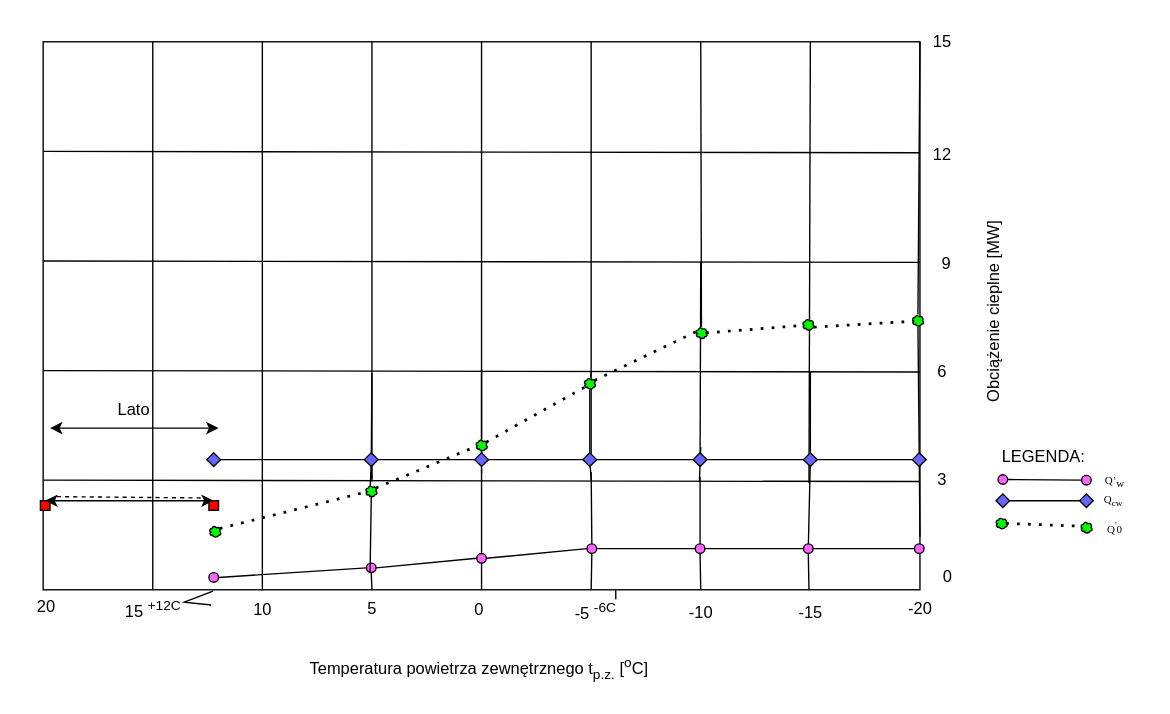
Before: Cieplownictwo.drawio in Xeraoo/Diagrams_for_studying, a draw.io diagram. Source tidied: cells renumbered, new cells numbered last; positions are measured from the earlier drawing's top-left corner, leaving out a move shared by most shapes. Both pictures are drawn from the tidied source at 137%, with x=0, y=0 at pixel (23, 23).
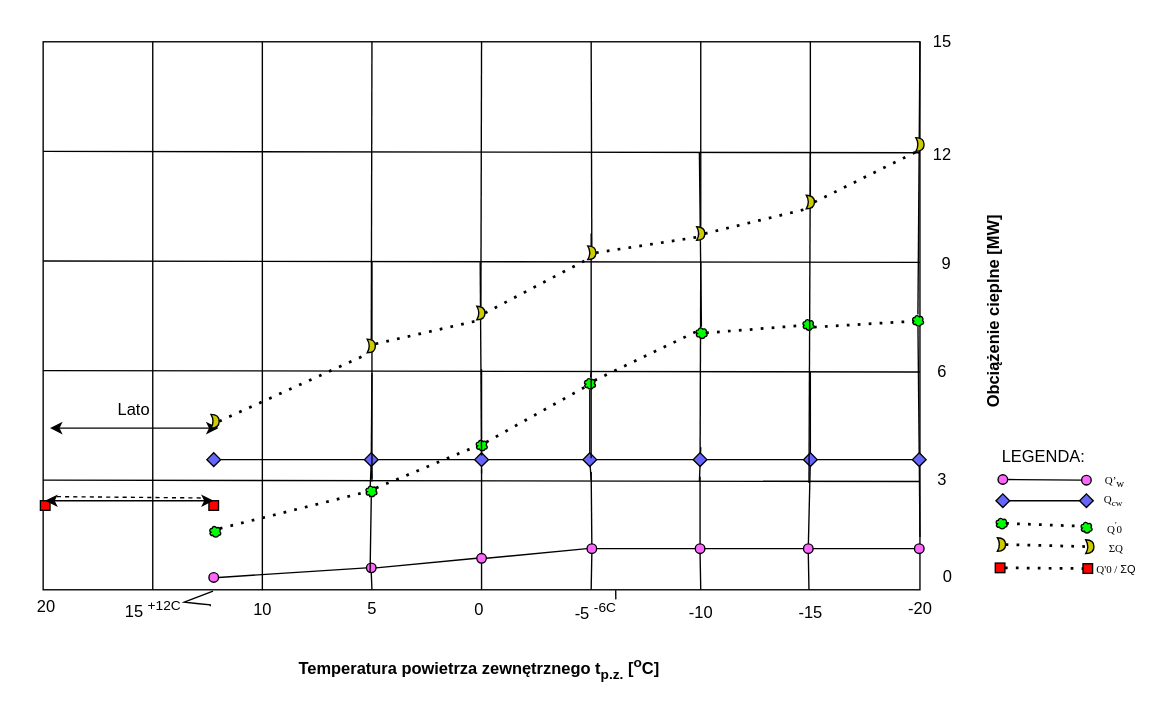
Above is the later version.

Unchanged cells that the change refers to:
```xml
<mxCell id="2" style="rounded=0;whiteSpace=wrap;html=1;" parent="1" vertex="1">
  <mxGeometry x="14" y="13" width="640" height="400" as="geometry" />
</mxCell>
<mxCell id="102" style="ellipse;shape=cloud;whiteSpace=wrap;html=1;fillColor=#00FF00;" parent="1" vertex="1">
  <mxGeometry x="490" y="221" width="9" height="9" as="geometry" />
</mxCell>
```

What changed in the source:
```diff
@@
-    <mxCell id="5" style="endArrow=none;html=1;rounded=0;entryX=0.101;entryY=-0.008;entryDx=0;entryDy=0;entryPerimeter=0;" parent="1" edge="1">
+    <mxCell id="5" style="endArrow=none;html=1;rounded=0;entryX=0.101;entryY=-0.008;entryDx=0;entryDy=0;entryPerimeter=0;" parent="1" edge="1" source="134">
       <mxGeometry relative="1" as="geometry">
-        <mxPoint x="254" y="334" as="sourcePoint" />
         <mxPoint x="254" y="13" as="targetPoint" />
       </mxGeometry>
     </mxCell>
-    <mxCell id="6" style="endArrow=none;html=1;rounded=0;entryX=0.101;entryY=-0.008;entryDx=0;entryDy=0;entryPerimeter=0;" parent="1" edge="1">
+    <mxCell id="6" style="endArrow=none;html=1;rounded=0;entryX=0.101;entryY=-0.008;entryDx=0;entryDy=0;entryPerimeter=0;" parent="1" edge="1" source="132">
       <mxGeometry relative="1" as="geometry">
-        <mxPoint x="334" y="315" as="sourcePoint" />
         <mxPoint x="334" y="13" as="targetPoint" />
       </mxGeometry>
     </mxCell>
-    <mxCell id="7" style="endArrow=none;html=1;rounded=0;entryX=0.101;entryY=-0.008;entryDx=0;entryDy=0;entryPerimeter=0;" parent="1" edge="1">
+    <mxCell id="7" style="endArrow=none;html=1;rounded=0;entryX=0.101;entryY=-0.008;entryDx=0;entryDy=0;entryPerimeter=0;" parent="1" edge="1" source="130">
       <mxGeometry relative="1" as="geometry">
-        <mxPoint x="414" y="317" as="sourcePoint" />
         <mxPoint x="414" y="13" as="targetPoint" />
       </mxGeometry>
     </mxCell>
-    <mxCell id="8" style="endArrow=none;html=1;rounded=0;entryX=0.101;entryY=-0.008;entryDx=0;entryDy=0;entryPerimeter=0;" parent="1" edge="1" source="102">
+    <mxCell id="8" style="endArrow=none;html=1;rounded=0;entryX=0.101;entryY=-0.008;entryDx=0;entryDy=0;entryPerimeter=0;" parent="1" edge="1" source="128">
       <mxGeometry relative="1" as="geometry">
         <mxPoint x="494" y="13" as="targetPoint" />
       </mxGeometry>
     </mxCell>
-    <mxCell id="9" style="endArrow=none;html=1;rounded=0;entryX=0.875;entryY=0;entryDx=0;entryDy=0;entryPerimeter=0;" parent="1" edge="1" target="2">
-      <mxGeometry relative="1" as="geometry">
-        <mxPoint x="573" y="335" as="sourcePoint" />
-      </mxGeometry>
+    <mxCell id="9" style="endArrow=none;html=1;rounded=0;entryX=0.875;entryY=0;entryDx=0;entryDy=0;entryPerimeter=0;" parent="1" edge="1" source="126" target="2">
+      <mxGeometry relative="1" as="geometry" />
     </mxCell>
@@
-    <mxCell id="30" value="Temperatura powietrza zewnętrznego t&lt;sub&gt;p.z.&lt;/sub&gt;&amp;nbsp;[&lt;sup&gt;o&lt;/sup&gt;C]" style="text;html=1;align=center;verticalAlign=middle;strokeColor=none;fillColor=none;" parent="1" vertex="1">
-      <mxGeometry x="199" y="455" width="265" height="32" as="geometry" />
+    <mxCell id="30" value="&lt;b&gt;Temperatura powietrza zewnętrznego t&lt;sub&gt;p.z.&lt;/sub&gt;&amp;nbsp;[&lt;sup&gt;o&lt;/sup&gt;C]&lt;/b&gt;" style="text;html=1;align=center;verticalAlign=middle;strokeColor=none;fillColor=none;" parent="1" vertex="1">
+      <mxGeometry x="191" y="455" width="281" height="32" as="geometry" />
     </mxCell>
-    <mxCell id="31" value="Obciążenie cieplne [MW]" style="text;html=1;align=center;verticalAlign=middle;strokeColor=none;fillColor=none;rotation=270;" parent="1" vertex="1">
-      <mxGeometry x="633" y="198" width="151" height="26" as="geometry" />
+    <mxCell id="31" value="&lt;b&gt;Obciążenie cieplne [MW]&lt;/b&gt;" style="text;html=1;align=center;verticalAlign=middle;strokeColor=none;fillColor=none;rotation=270;" parent="1" vertex="1">
+      <mxGeometry x="629" y="198" width="159" height="26" as="geometry" />
     </mxCell>
@@
+    <mxCell id="116" style="whiteSpace=wrap;html=1;fillColor=#FF0000;" parent="1" vertex="1">
+      <mxGeometry x="709" y="393.5" width="7" height="7" as="geometry" />
+    </mxCell>
+    <mxCell id="117" style="shape=xor;whiteSpace=wrap;html=1;fillColor=#CCCC00;" parent="1" vertex="1">
+      <mxGeometry x="710.5" y="375" width="6" height="10" as="geometry" />
+    </mxCell>
+    <mxCell id="118" style="shape=xor;whiteSpace=wrap;html=1;fillColor=#CCCC00;" parent="1" vertex="1">
+      <mxGeometry x="775" y="376.5" width="6" height="10" as="geometry" />
+    </mxCell>
+    <mxCell id="119" style="endArrow=none;dashed=1;html=1;dashPattern=1 3;strokeWidth=2;rounded=0;entryX=0.25;entryY=0.5;entryDx=0;entryDy=0;entryPerimeter=0;exitX=1;exitY=0.5;exitDx=0;exitDy=0;exitPerimeter=0;" parent="1" edge="1" source="117" target="118">
+      <mxGeometry relative="1" as="geometry" />
+    </mxCell>
+    <mxCell id="120" value="&lt;span style=&quot;font-family: &amp;quot;Times New Roman&amp;quot;; color: rgb(0, 0, 0); background-color: transparent; font-variant-numeric: normal; font-variant-east-asian: normal; font-variant-alternates: normal; vertical-align: baseline; --darkreader-inline-color:#e8e6e3; --darkreader-inline-bgcolor:transparent;&quot;&gt;&lt;font style=&quot;font-size: 8px;&quot;&gt;ΣQ&lt;/font&gt;&lt;/span&gt;&lt;span id=&quot;docs-internal-guid-f2329d3e-7fff-175b-4395-f5f881cf7cd5&quot;&gt;&lt;/span&gt;" style="text;html=1;align=center;verticalAlign=middle;strokeColor=none;fillColor=none;fontSize=8;" parent="1" vertex="1">
+      <mxGeometry x="783" y="372" width="28" height="22" as="geometry" />
+    </mxCell>
+    <mxCell id="121" style="whiteSpace=wrap;html=1;fillColor=#FF0000;" parent="1" vertex="1">
+      <mxGeometry x="773" y="394" width="7" height="7" as="geometry" />
+    </mxCell>
+    <mxCell id="122" style="endArrow=none;dashed=1;html=1;dashPattern=1 3;strokeWidth=2;rounded=0;entryX=0;entryY=0.5;entryDx=0;entryDy=0;exitX=1;exitY=0.5;exitDx=0;exitDy=0;" parent="1" edge="1" source="116" target="121">
+      <mxGeometry relative="1" as="geometry" />
+    </mxCell>
+    <mxCell id="123" value="&lt;font face=&quot;Times New Roman&quot;&gt;Q'0 /&amp;nbsp;&lt;/font&gt;ΣQ&lt;font face=&quot;Times New Roman&quot;&gt;&lt;br&gt;&lt;/font&gt;" style="text;html=1;align=center;verticalAlign=middle;strokeColor=none;fillColor=none;fontSize=8;" parent="1" vertex="1">
+      <mxGeometry x="773" y="386.5" width="47" height="22" as="geometry" />
+    </mxCell>
+    <mxCell id="124" style="shape=xor;whiteSpace=wrap;html=1;fillColor=#CCCC00;" parent="1" vertex="1">
+      <mxGeometry x="651" y="83" width="6" height="10" as="geometry" />
+    </mxCell>
+    <mxCell id="125" style="endArrow=none;html=1;rounded=0;" parent="1" edge="1">
+      <mxGeometry relative="1" as="geometry">
+        <mxPoint x="573" y="335" as="sourcePoint" />
+        <mxPoint x="574" y="94" as="targetPoint" />
+      </mxGeometry>
+    </mxCell>
+    <mxCell id="126" style="shape=xor;whiteSpace=wrap;html=1;fillColor=#CCCC00;" parent="1" vertex="1">
+      <mxGeometry x="571" y="125" width="6" height="10" as="geometry" />
+    </mxCell>
+    <mxCell id="127" style="endArrow=none;html=1;rounded=0;" parent="1" edge="1" source="102">
+      <mxGeometry relative="1" as="geometry">
+        <mxPoint x="493" y="94" as="targetPoint" />
+      </mxGeometry>
+    </mxCell>
+    <mxCell id="128" style="shape=xor;whiteSpace=wrap;html=1;fillColor=#CCCC00;" parent="1" vertex="1">
+      <mxGeometry x="491" y="148" width="6" height="10" as="geometry" />
+    </mxCell>
+    <mxCell id="129" style="endArrow=none;html=1;rounded=0;" parent="1" edge="1">
+      <mxGeometry relative="1" as="geometry">
+        <mxPoint x="414" y="317" as="sourcePoint" />
+        <mxPoint x="414" y="153" as="targetPoint" />
+      </mxGeometry>
+    </mxCell>
+    <mxCell id="130" style="shape=xor;whiteSpace=wrap;html=1;fillColor=#CCCC00;" parent="1" vertex="1">
+      <mxGeometry x="411.5" y="162" width="6" height="10" as="geometry" />
+    </mxCell>
+    <mxCell id="131" style="endArrow=none;html=1;rounded=0;" parent="1" edge="1">
+      <mxGeometry relative="1" as="geometry">
+        <mxPoint x="334" y="315" as="sourcePoint" />
+        <mxPoint x="333" y="174" as="targetPoint" />
+      </mxGeometry>
+    </mxCell>
+    <mxCell id="132" style="shape=xor;whiteSpace=wrap;html=1;fillColor=#CCCC00;" parent="1" vertex="1">
+      <mxGeometry x="330.5" y="206" width="6" height="10" as="geometry" />
+    </mxCell>
+    <mxCell id="133" style="endArrow=none;html=1;rounded=0;" parent="1" edge="1">
+      <mxGeometry relative="1" as="geometry">
+        <mxPoint x="254" y="334" as="sourcePoint" />
+        <mxPoint x="254" y="173" as="targetPoint" />
+      </mxGeometry>
+    </mxCell>
+    <mxCell id="134" style="shape=xor;whiteSpace=wrap;html=1;fillColor=#CCCC00;" parent="1" vertex="1">
+      <mxGeometry x="250.5" y="230" width="6" height="10" as="geometry" />
+    </mxCell>
+    <mxCell id="135" style="shape=xor;whiteSpace=wrap;html=1;fillColor=#CCCC00;" parent="1" vertex="1">
+      <mxGeometry x="136.5" y="285" width="6" height="10" as="geometry" />
+    </mxCell>
+    <mxCell id="136" style="endArrow=none;dashed=1;html=1;dashPattern=1 3;strokeWidth=2;rounded=0;exitX=1;exitY=0.5;exitDx=0;exitDy=0;exitPerimeter=0;entryX=-0.075;entryY=1.124;entryDx=0;entryDy=0;entryPerimeter=0;" parent="1" edge="1" source="135" target="134">
+      <mxGeometry relative="1" as="geometry" />
+    </mxCell>
+    <mxCell id="137" style="endArrow=none;dashed=1;html=1;dashPattern=1 3;strokeWidth=2;rounded=0;entryX=-0.032;entryY=1.077;entryDx=0;entryDy=0;entryPerimeter=0;exitX=1.026;exitY=0.35;exitDx=0;exitDy=0;exitPerimeter=0;" parent="1" edge="1" source="134" target="132">
+      <mxGeometry relative="1" as="geometry" />
+    </mxCell>
+    <mxCell id="138" style="endArrow=none;dashed=1;html=1;dashPattern=1 3;strokeWidth=2;rounded=0;entryX=0.09;entryY=0.938;entryDx=0;entryDy=0;entryPerimeter=0;exitX=1;exitY=0.5;exitDx=0;exitDy=0;exitPerimeter=0;" parent="1" edge="1" source="132" target="130">
+      <mxGeometry relative="1" as="geometry" />
+    </mxCell>
+    <mxCell id="139" style="endArrow=none;dashed=1;html=1;dashPattern=1 3;strokeWidth=2;rounded=0;exitX=1;exitY=0.5;exitDx=0;exitDy=0;exitPerimeter=0;entryX=0.175;entryY=0.75;entryDx=0;entryDy=0;entryPerimeter=0;" parent="1" edge="1" source="130" target="128">
+      <mxGeometry relative="1" as="geometry" />
+    </mxCell>
+    <mxCell id="140" style="endArrow=none;dashed=1;html=1;dashPattern=1 3;strokeWidth=2;rounded=0;exitX=1;exitY=0.5;exitDx=0;exitDy=0;exitPerimeter=0;entryX=0.045;entryY=1.004;entryDx=0;entryDy=0;entryPerimeter=0;" parent="1" edge="1" source="128" target="126">
+      <mxGeometry relative="1" as="geometry" />
+    </mxCell>
+    <mxCell id="141" style="endArrow=none;dashed=1;html=1;dashPattern=1 3;strokeWidth=2;rounded=0;entryX=0.045;entryY=1.031;entryDx=0;entryDy=0;entryPerimeter=0;exitX=1;exitY=0.5;exitDx=0;exitDy=0;exitPerimeter=0;" parent="1" edge="1" source="126" target="124">
+      <mxGeometry relative="1" as="geometry" />
+    </mxCell>
```
